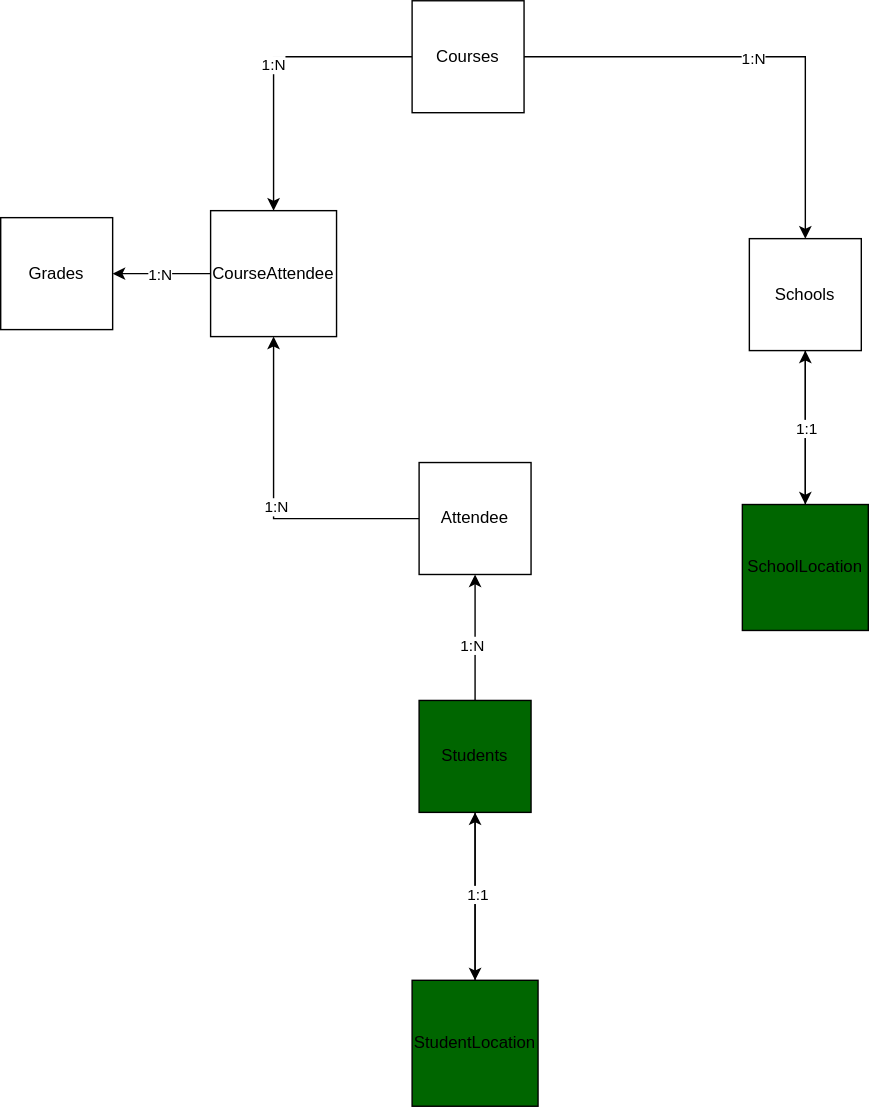
Before: dotnet-school-register/Models/school-register-model.svg, a diagram exported from draw.io (Travad/dotnet-school-register). Source tidied: cells renumbered, new cells last; positions are measured from the earlier drawing's top-left corner, leaving out a move shared by most shapes.
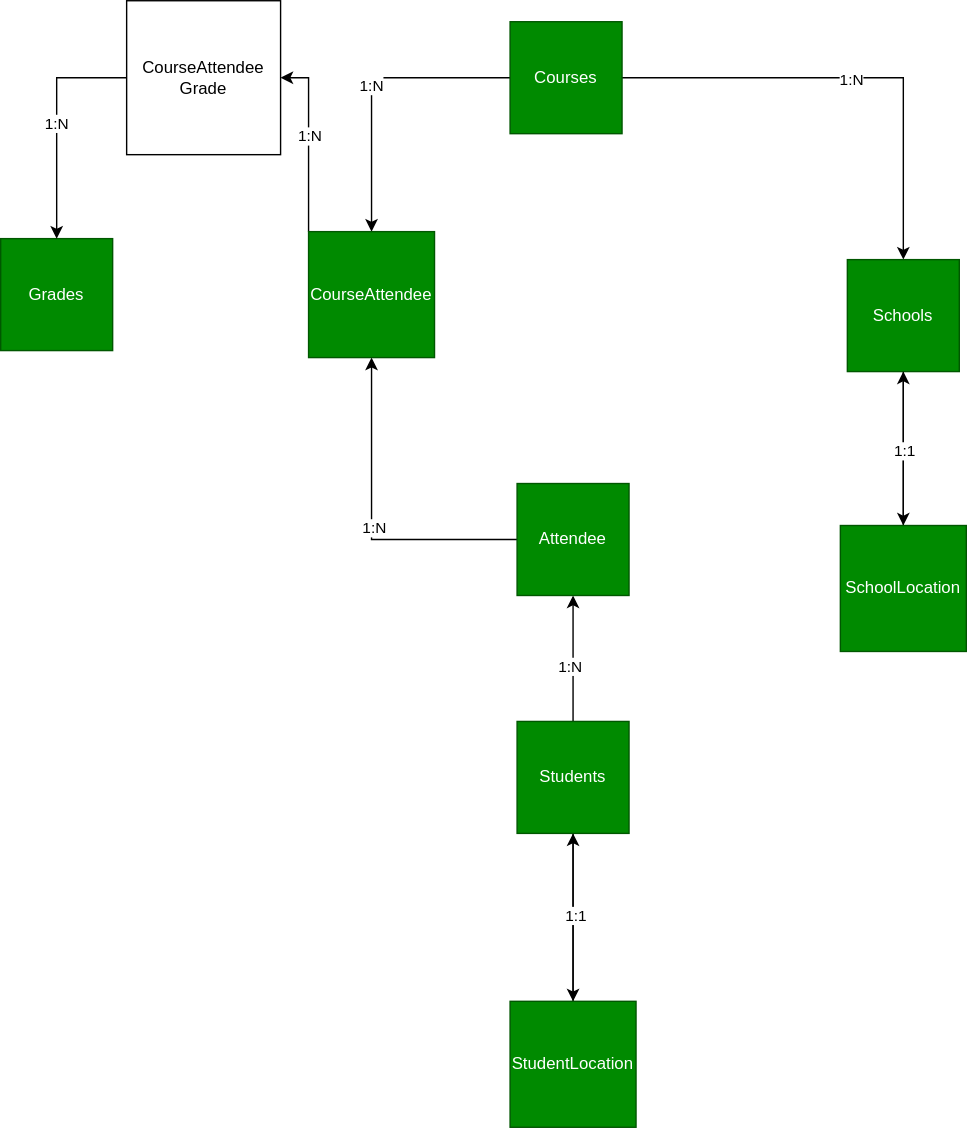
The same file after the commit.

Diff of the diagram source:
```diff
@@ -11,7 +11,7 @@
     <mxCell id="4" style="edgeStyle=orthogonalEdgeStyle;rounded=0;jettySize=auto;html=1;exitX=0.5;exitY=1;exitDx=0;exitDy=0;entryX=0.5;entryY=0;entryDx=0;entryDy=0;" parent="1" edge="1" source="5" target="24">
       <mxGeometry relative="1" as="geometry" />
     </mxCell>
-    <mxCell id="5" value="Students" style="whiteSpace=wrap;html=1;fillColor=#006600;" parent="1" vertex="1">
+    <mxCell id="5" value="Students" style="whiteSpace=wrap;html=1;fillColor=#008a00;fontColor=#ffffff;strokeColor=#005700;" parent="1" vertex="1">
       <mxGeometry x="299" y="500" width="80" height="80" as="geometry" />
     </mxCell>
     <mxCell id="6" style="edgeStyle=orthogonalEdgeStyle;rounded=0;jettySize=auto;html=1;entryX=0.5;entryY=0;entryDx=0;entryDy=0;" parent="1" edge="1" source="9" target="11">
@@ -25,13 +25,13 @@
     <mxCell id="8" value="1:N" style="edgeStyle=orthogonalEdgeStyle;rounded=0;jettySize=auto;html=1;entryX=0.5;entryY=0;entryDx=0;entryDy=0;" parent="1" edge="1" source="9" target="21">
       <mxGeometry relative="1" as="geometry" />
     </mxCell>
-    <mxCell id="9" value="Courses" style="whiteSpace=wrap;html=1;" parent="1" vertex="1">
+    <mxCell id="9" value="Courses" style="whiteSpace=wrap;html=1;fillColor=#008a00;fontColor=#ffffff;strokeColor=#005700;" parent="1" vertex="1">
       <mxGeometry x="294" width="80" height="80" as="geometry" />
     </mxCell>
     <mxCell id="10" style="edgeStyle=orthogonalEdgeStyle;rounded=0;jettySize=auto;html=1;entryX=0.5;entryY=0;entryDx=0;entryDy=0;" parent="1" edge="1" source="11" target="14">
       <mxGeometry relative="1" as="geometry" />
     </mxCell>
-    <mxCell id="11" value="Schools" style="whiteSpace=wrap;html=1;" parent="1" vertex="1">
+    <mxCell id="11" value="Schools" style="whiteSpace=wrap;html=1;fillColor=#008a00;fontColor=#ffffff;strokeColor=#005700;" parent="1" vertex="1">
       <mxGeometry x="535" y="170" width="80" height="80" as="geometry" />
     </mxCell>
     <mxCell id="12" style="edgeStyle=orthogonalEdgeStyle;rounded=0;jettySize=auto;html=1;exitX=0.5;exitY=0;exitDx=0;exitDy=0;entryX=0.5;entryY=1;entryDx=0;entryDy=0;" parent="1" edge="1" source="14" target="11">
@@ -40,11 +40,11 @@
     <mxCell id="13" value="1:1" style="edgeLabel;html=1;align=center;verticalAlign=middle;" parent="12" vertex="1">
       <mxGeometry x="-0.03" relative="1" as="geometry" />
     </mxCell>
-    <mxCell id="14" value="SchoolLocation" style="whiteSpace=wrap;html=1;fillColor=#006600;" parent="1" vertex="1">
+    <mxCell id="14" value="SchoolLocation" style="whiteSpace=wrap;html=1;fillColor=#008a00;fontColor=#ffffff;strokeColor=#005700;" parent="1" vertex="1">
       <mxGeometry x="530" y="360" width="90" height="90" as="geometry" />
     </mxCell>
-    <mxCell id="15" value="Grades" style="whiteSpace=wrap;html=1;" parent="1" vertex="1">
-      <mxGeometry y="155" width="80" height="80" as="geometry" />
+    <mxCell id="15" value="Grades" style="whiteSpace=wrap;html=1;fillColor=#008a00;fontColor=#ffffff;strokeColor=#005700;" parent="1" vertex="1">
+      <mxGeometry x="-70" y="155" width="80" height="80" as="geometry" />
     </mxCell>
     <mxCell id="16" style="edgeStyle=orthogonalEdgeStyle;rounded=0;jettySize=auto;html=1;entryX=0.5;entryY=1;entryDx=0;entryDy=0;" parent="1" edge="1" source="18" target="21">
       <mxGeometry relative="1" as="geometry" />
@@ -52,16 +52,20 @@
     <mxCell id="17" value="1:N" style="edgeLabel;html=1;align=center;verticalAlign=middle;" parent="16" vertex="1">
       <mxGeometry x="-0.04" y="-1" relative="1" as="geometry" />
     </mxCell>
-    <mxCell id="18" value="Attendee" style="whiteSpace=wrap;html=1;" parent="1" vertex="1">
+    <mxCell id="18" value="Attendee" style="whiteSpace=wrap;html=1;fillColor=#008a00;fontColor=#ffffff;strokeColor=#005700;" parent="1" vertex="1">
       <mxGeometry x="299" y="330" width="80" height="80" as="geometry" />
     </mxCell>
-    <mxCell id="19" style="edgeStyle=orthogonalEdgeStyle;rounded=0;jettySize=auto;html=1;entryX=1;entryY=0.5;entryDx=0;entryDy=0;" parent="1" edge="1" source="21" target="15">
-      <mxGeometry relative="1" as="geometry" />
+    <mxCell id="19" style="edgeStyle=orthogonalEdgeStyle;rounded=0;jettySize=auto;html=1;entryX=1;entryY=0.5;entryDx=0;entryDy=0;" parent="1" edge="1" source="21" target="26">
+      <mxGeometry relative="1" as="geometry">
+        <Array as="points">
+          <mxPoint x="150" y="40" />
+        </Array>
+      </mxGeometry>
     </mxCell>
     <mxCell id="20" value="1:N" style="edgeLabel;html=1;align=center;verticalAlign=middle;" parent="19" vertex="1">
       <mxGeometry x="0.06" relative="1" as="geometry" />
     </mxCell>
-    <mxCell id="21" value="CourseAttendee" style="whiteSpace=wrap;html=1;" parent="1" vertex="1">
+    <mxCell id="21" value="CourseAttendee" style="whiteSpace=wrap;html=1;fillColor=#008a00;fontColor=#ffffff;strokeColor=#005700;" parent="1" vertex="1">
       <mxGeometry x="150" y="150" width="90" height="90" as="geometry" />
     </mxCell>
     <mxCell id="22" style="edgeStyle=orthogonalEdgeStyle;rounded=0;jettySize=auto;html=1;exitX=0.5;exitY=0;exitDx=0;exitDy=0;entryX=0.5;entryY=1;entryDx=0;entryDy=0;" parent="1" edge="1" source="24" target="5">
@@ -70,8 +74,14 @@
     <mxCell id="23" value="1:1" style="edgeLabel;html=1;align=center;verticalAlign=middle;" parent="22" vertex="1">
       <mxGeometry x="0.03" y="-1" relative="1" as="geometry" />
     </mxCell>
-    <mxCell id="24" value="StudentLocation" style="whiteSpace=wrap;html=1;fillColor=#006600;" parent="1" vertex="1">
+    <mxCell id="24" value="StudentLocation" style="whiteSpace=wrap;html=1;fillColor=#008a00;fontColor=#ffffff;strokeColor=#005700;" parent="1" vertex="1">
       <mxGeometry x="294" y="700" width="90" height="90" as="geometry" />
     </mxCell>
+    <mxCell id="25" value="1:N" style="edgeStyle=orthogonalEdgeStyle;rounded=0;jettySize=auto;html=1;entryX=0.5;entryY=0;entryDx=0;entryDy=0;" parent="1" edge="1" source="26" target="15">
+      <mxGeometry relative="1" as="geometry" />
+    </mxCell>
+    <mxCell id="26" value="CourseAttendee&lt;br&gt;Grade" style="whiteSpace=wrap;html=1;" parent="1" vertex="1">
+      <mxGeometry x="20" y="-15" width="110" height="110" as="geometry" />
+    </mxCell>
   </root>
 </mxGraphModel>
```
